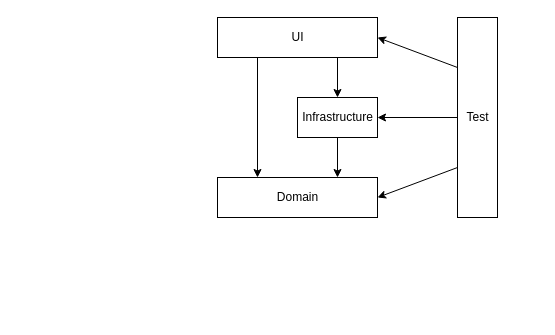
Gunj0/engineer-memo keeps this draw.io diagram as 14_DDD/アーキテクチャ.drawio. Above is the earlier version. Source tidied: cells renumbered, new cells numbered last; positions are measured from the earlier drawing's top-left corner, leaving out a move shared by most shapes. Both pictures are drawn from the tidied source at 100%, with x=0, y=0 at pixel (217, 17).
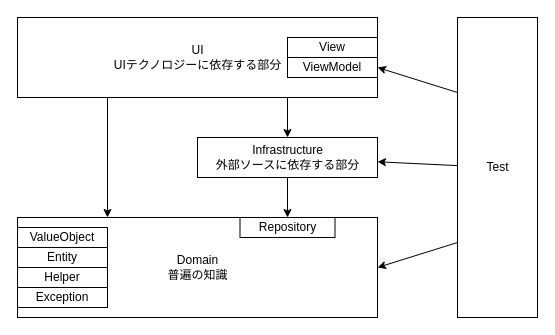
After the change.

Change to the diagram source:
```diff
@@
 <mxGraphModel>
   <root>
     <mxCell id="0" />
-    <mxCell id="1" parent="0" />
-    <mxCell id="2" style="edgeStyle=none;html=1;exitX=0;exitY=0.25;exitDx=0;exitDy=0;entryX=1;entryY=0.5;entryDx=0;entryDy=0;" parent="1" edge="1" source="8" target="4">
-      <mxGeometry relative="1" as="geometry" />
-    </mxCell>
-    <mxCell id="3" style="edgeStyle=none;html=1;exitX=0.75;exitY=1;exitDx=0;exitDy=0;" parent="1" edge="1" source="4" target="5">
-      <mxGeometry relative="1" as="geometry" />
-    </mxCell>
-    <mxCell id="4" value="UI" style="html=1;" parent="1" vertex="1">
-      <mxGeometry width="160" height="40" as="geometry" />
-    </mxCell>
-    <mxCell id="5" value="Infrastructure" style="html=1;" parent="1" vertex="1">
-      <mxGeometry x="80" y="80" width="80" height="40" as="geometry" />
-    </mxCell>
-    <mxCell id="6" value="Domain" style="html=1;" parent="1" vertex="1">
-      <mxGeometry y="160" width="160" height="40" as="geometry" />
-    </mxCell>
-    <mxCell id="7" style="edgeStyle=none;html=1;" parent="1" edge="1" source="8" target="5">
-      <mxGeometry relative="1" as="geometry" />
-    </mxCell>
+    <mxCell id="12" parent="0" />
+    <mxCell id="13" style="edgeStyle=none;html=1;exitX=0;exitY=0.25;exitDx=0;exitDy=0;entryX=1;entryY=0.5;entryDx=0;entryDy=0;" parent="12" edge="1" source="8" target="28">
+      <mxGeometry relative="1" as="geometry" />
+    </mxCell>
+    <mxCell id="14" style="edgeStyle=none;html=1;exitX=0.75;exitY=1;exitDx=0;exitDy=0;" parent="12" edge="1" source="15" target="16">
+      <mxGeometry relative="1" as="geometry" />
+    </mxCell>
+    <mxCell id="15" value="UI&lt;div&gt;UIテクノロジーに依存する部分&lt;/div&gt;" style="html=1;" parent="12" vertex="1">
+      <mxGeometry x="-200" width="360" height="80" as="geometry" />
+    </mxCell>
+    <mxCell id="16" value="Infrastructure&lt;div&gt;外部ソースに依存する部分&lt;/div&gt;" style="html=1;" parent="12" vertex="1">
+      <mxGeometry x="-20" y="120" width="180" height="40" as="geometry" />
+    </mxCell>
+    <mxCell id="17" value="Domain&lt;div&gt;普遍の知識&lt;/div&gt;" style="html=1;" parent="12" vertex="1">
+      <mxGeometry x="-200" y="200" width="360" height="100" as="geometry" />
+    </mxCell>
+    <mxCell id="18" style="edgeStyle=none;html=1;" parent="12" edge="1" source="8" target="16">
+      <mxGeometry relative="1" as="geometry" />
+    </mxCell>
-    <mxCell id="8" value="Test" style="html=1;" parent="1" vertex="1">
-      <mxGeometry x="240" width="40" height="200" as="geometry" />
+    <mxCell id="8" value="Test" style="html=1;" parent="12" vertex="1">
+      <mxGeometry x="240" width="80" height="300" as="geometry" />
     </mxCell>
-    <mxCell id="9" style="edgeStyle=none;html=1;exitX=0;exitY=0.75;exitDx=0;exitDy=0;entryX=1;entryY=0.5;entryDx=0;entryDy=0;" parent="1" edge="1" source="8" target="6">
-      <mxGeometry relative="1" as="geometry" />
-    </mxCell>
-    <mxCell id="10" style="edgeStyle=none;html=1;exitX=0.5;exitY=1;exitDx=0;exitDy=0;entryX=0.75;entryY=0;entryDx=0;entryDy=0;" parent="1" edge="1" source="5" target="6">
-      <mxGeometry relative="1" as="geometry" />
-    </mxCell>
-    <mxCell id="11" style="edgeStyle=none;html=1;exitX=0.25;exitY=1;exitDx=0;exitDy=0;entryX=0.25;entryY=0;entryDx=0;entryDy=0;" parent="1" edge="1" source="4" target="6">
-      <mxGeometry relative="1" as="geometry" />
-    </mxCell>
+    <mxCell id="19" style="edgeStyle=none;html=1;exitX=0;exitY=0.75;exitDx=0;exitDy=0;entryX=1;entryY=0.5;entryDx=0;entryDy=0;" parent="12" edge="1" source="8" target="17">
+      <mxGeometry relative="1" as="geometry" />
+    </mxCell>
+    <mxCell id="20" style="edgeStyle=none;html=1;exitX=0.5;exitY=1;exitDx=0;exitDy=0;entryX=0.75;entryY=0;entryDx=0;entryDy=0;" parent="12" edge="1" source="16" target="17">
+      <mxGeometry relative="1" as="geometry" />
+    </mxCell>
+    <mxCell id="21" style="edgeStyle=none;html=1;exitX=0.25;exitY=1;exitDx=0;exitDy=0;entryX=0.25;entryY=0;entryDx=0;entryDy=0;" parent="12" edge="1" source="15" target="17">
+      <mxGeometry relative="1" as="geometry" />
+    </mxCell>
+    <mxCell id="22" value="Repository" style="rounded=0;whiteSpace=wrap;html=1;" parent="12" vertex="1">
+      <mxGeometry x="22.5" y="200" width="95" height="20" as="geometry" />
+    </mxCell>
+    <mxCell id="23" value="ValueObject" style="rounded=0;whiteSpace=wrap;html=1;" parent="12" vertex="1">
+      <mxGeometry x="-200" y="210" width="90" height="20" as="geometry" />
+    </mxCell>
+    <mxCell id="24" value="Helper" style="rounded=0;whiteSpace=wrap;html=1;" parent="12" vertex="1">
+      <mxGeometry x="-200" y="250" width="90" height="20" as="geometry" />
+    </mxCell>
+    <mxCell id="25" value="Entity" style="rounded=0;whiteSpace=wrap;html=1;" parent="12" vertex="1">
+      <mxGeometry x="-200" y="230" width="90" height="20" as="geometry" />
+    </mxCell>
+    <mxCell id="26" value="Exception" style="rounded=0;whiteSpace=wrap;html=1;" parent="12" vertex="1">
+      <mxGeometry x="-200" y="270" width="90" height="20" as="geometry" />
+    </mxCell>
+    <mxCell id="27" value="View" style="rounded=0;whiteSpace=wrap;html=1;" parent="12" vertex="1">
+      <mxGeometry x="70" y="20" width="90" height="20" as="geometry" />
+    </mxCell>
+    <mxCell id="28" value="ViewModel" style="rounded=0;whiteSpace=wrap;html=1;" parent="12" vertex="1">
+      <mxGeometry x="70" y="40" width="90" height="20" as="geometry" />
+    </mxCell>
   </root>
 </mxGraphModel>
```
